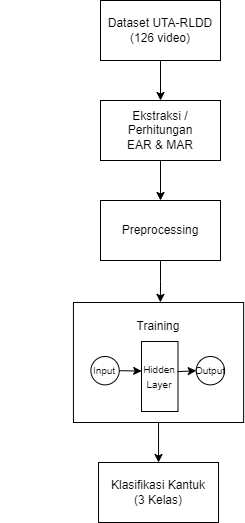
AdritiaAlfianaM/BukuTA keeps this draw.io diagram as gambar/metodologiumum.png. Above is the earlier version. Source tidied: cells renumbered, new cells last; positions are measured from the earlier drawing's top-left corner, leaving out a move shared by most shapes. Source of this version:
```xml
<mxGraphModel>
  <root>
    <mxCell id="0" />
    <mxCell id="1" parent="0" />
    <mxCell id="2" style="edgeStyle=orthogonalEdgeStyle;rounded=0;jettySize=auto;html=1;fontSize=12;" parent="1" edge="1" source="3" target="5">
      <mxGeometry relative="1" as="geometry" />
    </mxCell>
    <mxCell id="3" value="Dataset UTA-RLDD&lt;br&gt;(126 video)" style="rounded=0;whiteSpace=wrap;html=1;" parent="1" vertex="1">
      <mxGeometry x="100" width="120" height="60" as="geometry" />
    </mxCell>
    <mxCell id="4" style="edgeStyle=orthogonalEdgeStyle;rounded=0;jettySize=auto;html=1;entryX=0.5;entryY=0;entryDx=0;entryDy=0;fontSize=12;" parent="1" edge="1" source="5">
      <mxGeometry relative="1" as="geometry">
        <mxPoint x="160" y="200" as="targetPoint" />
      </mxGeometry>
    </mxCell>
    <mxCell id="5" value="Ekstraksi / Perhitungan&lt;br&gt;EAR &amp;amp; MAR" style="rounded=0;whiteSpace=wrap;html=1;" parent="1" vertex="1">
      <mxGeometry x="100" y="100" width="120" height="60" as="geometry" />
    </mxCell>
    <mxCell id="6" style="group;" parent="1" vertex="1">
      <mxGeometry y="302" width="171" height="81" as="geometry" />
    </mxCell>
    <mxCell id="7" style="group;" parent="6" vertex="1">
      <mxGeometry y="-40" width="171" height="121" as="geometry" />
    </mxCell>
    <mxCell id="8" style="group;" parent="7" vertex="1">
      <mxGeometry y="1" width="171" height="120" as="geometry" />
    </mxCell>
    <mxCell id="9" style="group;" parent="8" vertex="1">
      <mxGeometry x="72.9" y="39" width="170.2" height="120" as="geometry" />
    </mxCell>
    <mxCell id="10" value="Training&lt;br&gt;&lt;br&gt;&lt;br&gt;&lt;br&gt;&lt;br&gt;&lt;br&gt;" style="rounded=0;whiteSpace=wrap;html=1;" parent="9" vertex="1">
      <mxGeometry width="170.2" height="120" as="geometry" />
    </mxCell>
    <mxCell id="11" value="&lt;font style=&quot;font-size: 10px;&quot;&gt;Hidden &lt;br&gt;Layer&lt;/font&gt;" style="rounded=0;whiteSpace=wrap;html=1;" parent="9" vertex="1">
      <mxGeometry x="68.1" y="39" width="36.5" height="70" as="geometry" />
    </mxCell>
    <mxCell id="12" value="&lt;font style=&quot;font-size: 10px;&quot;&gt;Output&lt;/font&gt;" style="ellipse;whiteSpace=wrap;html=1;" parent="9" vertex="1">
      <mxGeometry x="122.8" y="54" width="28.4" height="28.4" as="geometry" />
    </mxCell>
    <mxCell id="13" value="&lt;font style=&quot;font-size: 10px;&quot;&gt;Input&lt;/font&gt;" style="ellipse;whiteSpace=wrap;html=1;" parent="9" vertex="1">
      <mxGeometry x="17.4" y="54" width="28.4" height="28.4" as="geometry" />
    </mxCell>
    <mxCell id="14" style="endArrow=classic;html=1;rounded=0;fontSize=12;exitX=1;exitY=0.5;exitDx=0;exitDy=0;entryX=0.004;entryY=0.422;entryDx=0;entryDy=0;entryPerimeter=0;" parent="9" edge="1" source="13" target="11">
      <mxGeometry relative="1" as="geometry" />
    </mxCell>
    <mxCell id="15" style="endArrow=classic;html=1;rounded=0;fontSize=12;exitX=0.986;exitY=0.431;exitDx=0;exitDy=0;exitPerimeter=0;entryX=0;entryY=0.5;entryDx=0;entryDy=0;" parent="9" edge="1" source="11" target="12">
      <mxGeometry relative="1" as="geometry" />
    </mxCell>
    <mxCell id="16" value="&lt;font style=&quot;font-size: 12px;&quot;&gt;Klasifikasi Kantuk&lt;br&gt;(3 Kelas)&lt;br&gt;&lt;/font&gt;" style="rounded=0;whiteSpace=wrap;html=1;fontSize=10;" parent="1" vertex="1">
      <mxGeometry x="98" y="462" width="120" height="60" as="geometry" />
    </mxCell>
    <mxCell id="17" style="edgeStyle=orthogonalEdgeStyle;rounded=0;jettySize=auto;html=1;entryX=0.5;entryY=0;entryDx=0;entryDy=0;fontSize=12;" parent="1" edge="1" source="10" target="16">
      <mxGeometry relative="1" as="geometry" />
    </mxCell>
    <mxCell id="18" style="edgeStyle=orthogonalEdgeStyle;rounded=0;jettySize=auto;html=1;fontSize=12;entryX=0.511;entryY=-0.001;entryDx=0;entryDy=0;entryPerimeter=0;" parent="1" edge="1" target="10">
      <mxGeometry relative="1" as="geometry">
        <mxPoint x="160" y="260" as="sourcePoint" />
      </mxGeometry>
    </mxCell>
    <mxCell id="19" value="Preprocessing" style="rounded=0;whiteSpace=wrap;html=1;fontSize=12;" parent="1" vertex="1">
      <mxGeometry x="100" y="200" width="120" height="60" as="geometry" />
    </mxCell>
  </root>
</mxGraphModel>
```
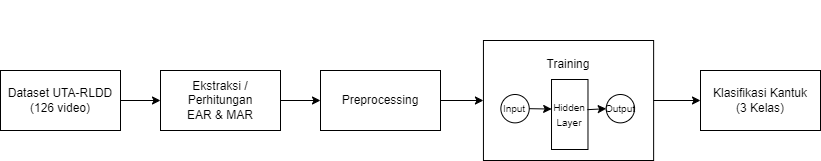
The same diagram one commit later.

What changed in the source:
```diff
@@ -2,22 +2,20 @@
   <root>
     <mxCell id="0" />
     <mxCell id="1" parent="0" />
-    <mxCell id="2" style="edgeStyle=orthogonalEdgeStyle;rounded=0;jettySize=auto;html=1;fontSize=12;" parent="1" edge="1" source="3" target="5">
+    <mxCell id="2" style="edgeStyle=orthogonalEdgeStyle;rounded=0;jettySize=auto;html=1;" parent="1" edge="1" source="3" target="5">
       <mxGeometry relative="1" as="geometry" />
     </mxCell>
     <mxCell id="3" value="Dataset UTA-RLDD&lt;br&gt;(126 video)" style="rounded=0;whiteSpace=wrap;html=1;" parent="1" vertex="1">
-      <mxGeometry x="100" width="120" height="60" as="geometry" />
+      <mxGeometry x="-230" y="30" width="120" height="60" as="geometry" />
     </mxCell>
-    <mxCell id="4" style="edgeStyle=orthogonalEdgeStyle;rounded=0;jettySize=auto;html=1;entryX=0.5;entryY=0;entryDx=0;entryDy=0;fontSize=12;" parent="1" edge="1" source="5">
-      <mxGeometry relative="1" as="geometry">
-        <mxPoint x="160" y="200" as="targetPoint" />
-      </mxGeometry>
-    </mxCell>
+    <mxCell id="20" style="edgeStyle=orthogonalEdgeStyle;rounded=0;jettySize=auto;html=1;entryX=0;entryY=0.5;entryDx=0;entryDy=0;" parent="1" edge="1" source="5" target="19">
+      <mxGeometry relative="1" as="geometry" />
+    </mxCell>
     <mxCell id="5" value="Ekstraksi / Perhitungan&lt;br&gt;EAR &amp;amp; MAR" style="rounded=0;whiteSpace=wrap;html=1;" parent="1" vertex="1">
-      <mxGeometry x="100" y="100" width="120" height="60" as="geometry" />
+      <mxGeometry x="-70" y="30" width="120" height="60" as="geometry" />
     </mxCell>
     <mxCell id="6" style="group;" parent="1" vertex="1">
-      <mxGeometry y="302" width="171" height="81" as="geometry" />
+      <mxGeometry x="180" width="171" height="81" as="geometry" />
     </mxCell>
     <mxCell id="7" style="group;" parent="6" vertex="1">
       <mxGeometry y="-40" width="171" height="121" as="geometry" />
@@ -47,18 +45,16 @@
       <mxGeometry relative="1" as="geometry" />
     </mxCell>
     <mxCell id="16" value="&lt;font style=&quot;font-size: 12px;&quot;&gt;Klasifikasi Kantuk&lt;br&gt;(3 Kelas)&lt;br&gt;&lt;/font&gt;" style="rounded=0;whiteSpace=wrap;html=1;fontSize=10;" parent="1" vertex="1">
-      <mxGeometry x="98" y="462" width="120" height="60" as="geometry" />
+      <mxGeometry x="470" y="30" width="120" height="60" as="geometry" />
     </mxCell>
+    <mxCell id="19" value="Preprocessing" style="rounded=0;whiteSpace=wrap;html=1;fontSize=12;" parent="1" vertex="1">
+      <mxGeometry x="90" y="30" width="120" height="60" as="geometry" />
+    </mxCell>
-    <mxCell id="17" style="edgeStyle=orthogonalEdgeStyle;rounded=0;jettySize=auto;html=1;entryX=0.5;entryY=0;entryDx=0;entryDy=0;fontSize=12;" parent="1" edge="1" source="10" target="16">
+    <mxCell id="17" style="edgeStyle=orthogonalEdgeStyle;rounded=0;jettySize=auto;html=1;" parent="1" edge="1" source="10" target="16">
       <mxGeometry relative="1" as="geometry" />
     </mxCell>
-    <mxCell id="18" style="edgeStyle=orthogonalEdgeStyle;rounded=0;jettySize=auto;html=1;fontSize=12;entryX=0.511;entryY=-0.001;entryDx=0;entryDy=0;entryPerimeter=0;" parent="1" edge="1" target="10">
-      <mxGeometry relative="1" as="geometry">
-        <mxPoint x="160" y="260" as="sourcePoint" />
-      </mxGeometry>
-    </mxCell>
-    <mxCell id="19" value="Preprocessing" style="rounded=0;whiteSpace=wrap;html=1;fontSize=12;" parent="1" vertex="1">
-      <mxGeometry x="100" y="200" width="120" height="60" as="geometry" />
-    </mxCell>
+    <mxCell id="21" style="endArrow=classic;html=1;rounded=0;entryX=0;entryY=0.5;entryDx=0;entryDy=0;exitX=1;exitY=0.5;exitDx=0;exitDy=0;" parent="1" edge="1" source="19" target="10">
+      <mxGeometry relative="1" as="geometry" />
+    </mxCell>
   </root>
 </mxGraphModel>
```
